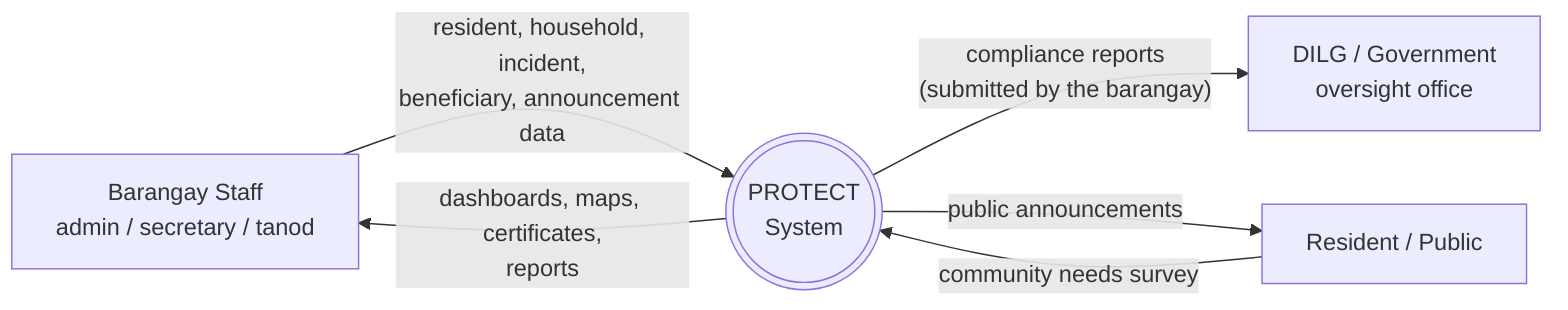
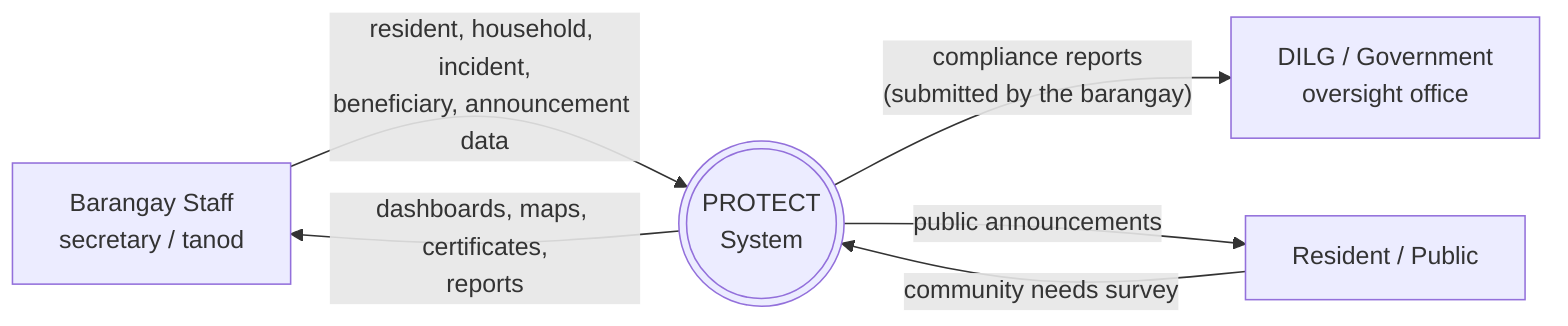
flowchart LR
-     Staff[Barangay Staff<br/>admin / secretary / tanod]
+     Staff[Barangay Staff<br/>secretary / tanod]
    DILG[DILG / Government<br/>oversight office]
    Public[Resident / Public]

    System(((PROTECT<br/>System)))

    Staff -- resident, household, incident,<br/>beneficiary, announcement data --> System
    System -- dashboards, maps, certificates,<br/>reports --> Staff

    System -- compliance reports<br/>(submitted by the barangay) --> DILG

    Public -- community needs survey --> System
    System -- public announcements --> Public
